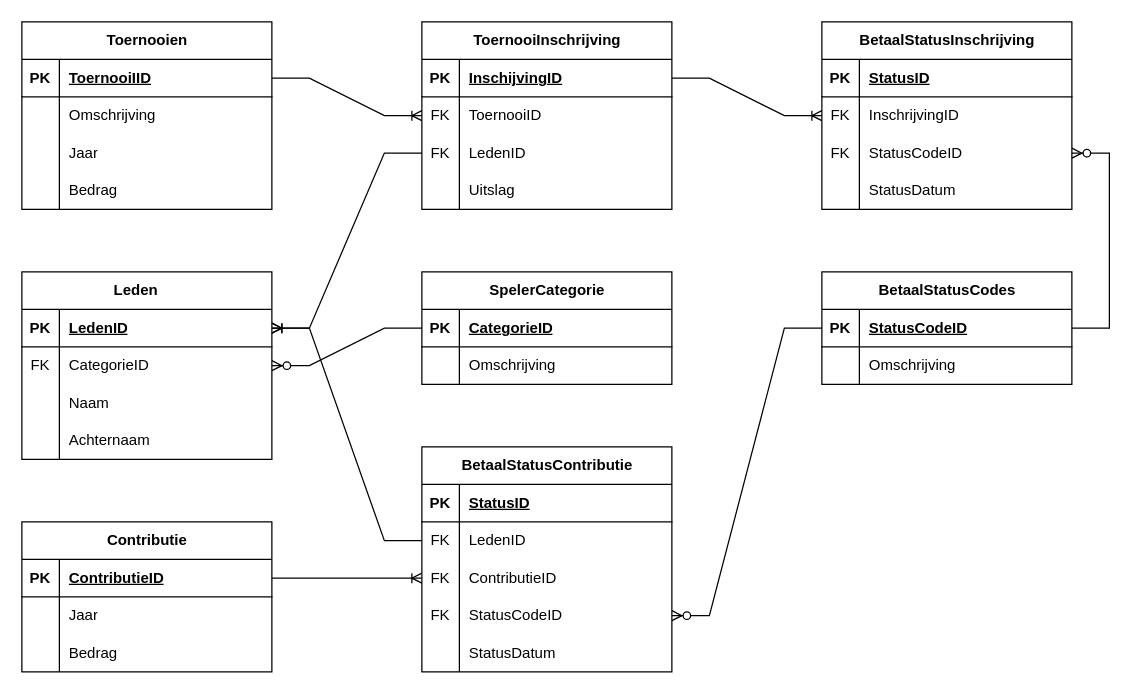
The draw.io diagram sql_course_2p/2_database_design/solutions/2_sportclub.drawio in LFKoning/knowledge-sharing, before the edit. Source tidied: cells renumbered, new cells numbered last; positions are measured from the earlier drawing's top-left corner, leaving out a move shared by most shapes. Both pictures are drawn from the tidied source at 125%, with x=0, y=0 at pixel (21, 21).
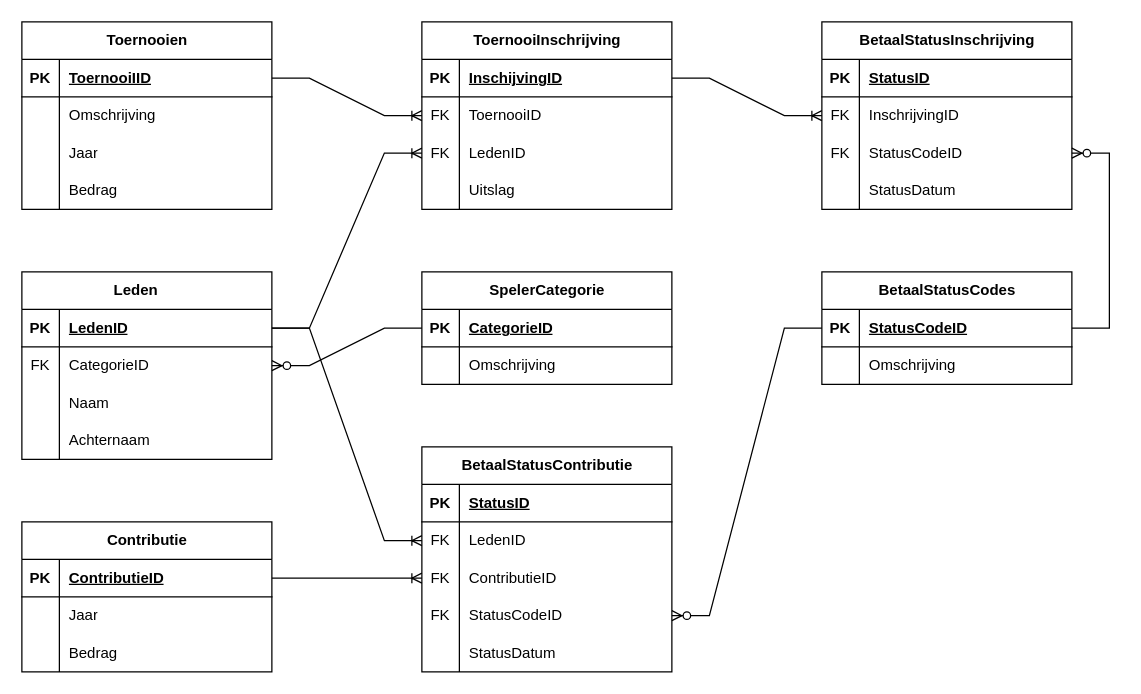
The same diagram, later.

Unchanged cells that the change refers to:
```xml
<mxCell id="3" style="shape=tableRow;horizontal=0;startSize=0;swimlaneHead=0;swimlaneBody=0;fillColor=none;points=[[0,0.5],[1,0.5]];portConstraint=eastwest;top=0;left=0;right=0;bottom=1;" parent="2" vertex="1">
  <mxGeometry y="30" width="200" height="30" as="geometry" />
</mxCell>
<mxCell id="42" style="shape=tableRow;horizontal=0;startSize=0;swimlaneHead=0;swimlaneBody=0;fillColor=none;points=[[0,0.5],[1,0.5]];portConstraint=eastwest;top=0;left=0;right=0;bottom=0;" parent="35" vertex="1">
  <mxGeometry y="90" width="200" height="30" as="geometry" />
</mxCell>
<mxCell id="62" style="shape=tableRow;horizontal=0;startSize=0;swimlaneHead=0;swimlaneBody=0;fillColor=none;points=[[0,0.5],[1,0.5]];portConstraint=eastwest;top=0;left=0;right=0;bottom=0;" parent="58" vertex="1">
  <mxGeometry y="60" width="200" height="30" as="geometry" />
</mxCell>
```

Change to the diagram source:
```diff
@@
-    <mxCell id="95" style="edgeStyle=entityRelationEdgeStyle;fontSize=12;html=1;endArrow=ERoneToMany;rounded=0;entryX=1;entryY=0.5;entryDx=0;entryDy=0;" parent="1" edge="1" source="62" target="3">
-      <mxGeometry relative="1" as="geometry" />
-    </mxCell>
@@
-    <mxCell id="97" style="edgeStyle=entityRelationEdgeStyle;fontSize=12;html=1;endArrow=ERoneToMany;rounded=0;exitX=0;exitY=0.5;exitDx=0;exitDy=0;" parent="1" edge="1" source="42" target="3">
-      <mxGeometry relative="1" as="geometry" />
-    </mxCell>
@@
+    <mxCell id="102" style="edgeStyle=entityRelationEdgeStyle;fontSize=12;html=1;endArrow=ERoneToMany;rounded=0;exitX=1;exitY=0.5;exitDx=0;exitDy=0;entryX=0;entryY=0.5;entryDx=0;entryDy=0;" parent="1" edge="1" source="3" target="42">
+      <mxGeometry relative="1" as="geometry" />
+    </mxCell>
+    <mxCell id="103" style="edgeStyle=entityRelationEdgeStyle;fontSize=12;html=1;endArrow=ERoneToMany;rounded=0;exitX=1;exitY=0.5;exitDx=0;exitDy=0;entryX=0;entryY=0.5;entryDx=0;entryDy=0;" parent="1" edge="1" source="3" target="62">
+      <mxGeometry relative="1" as="geometry" />
+    </mxCell>
```
